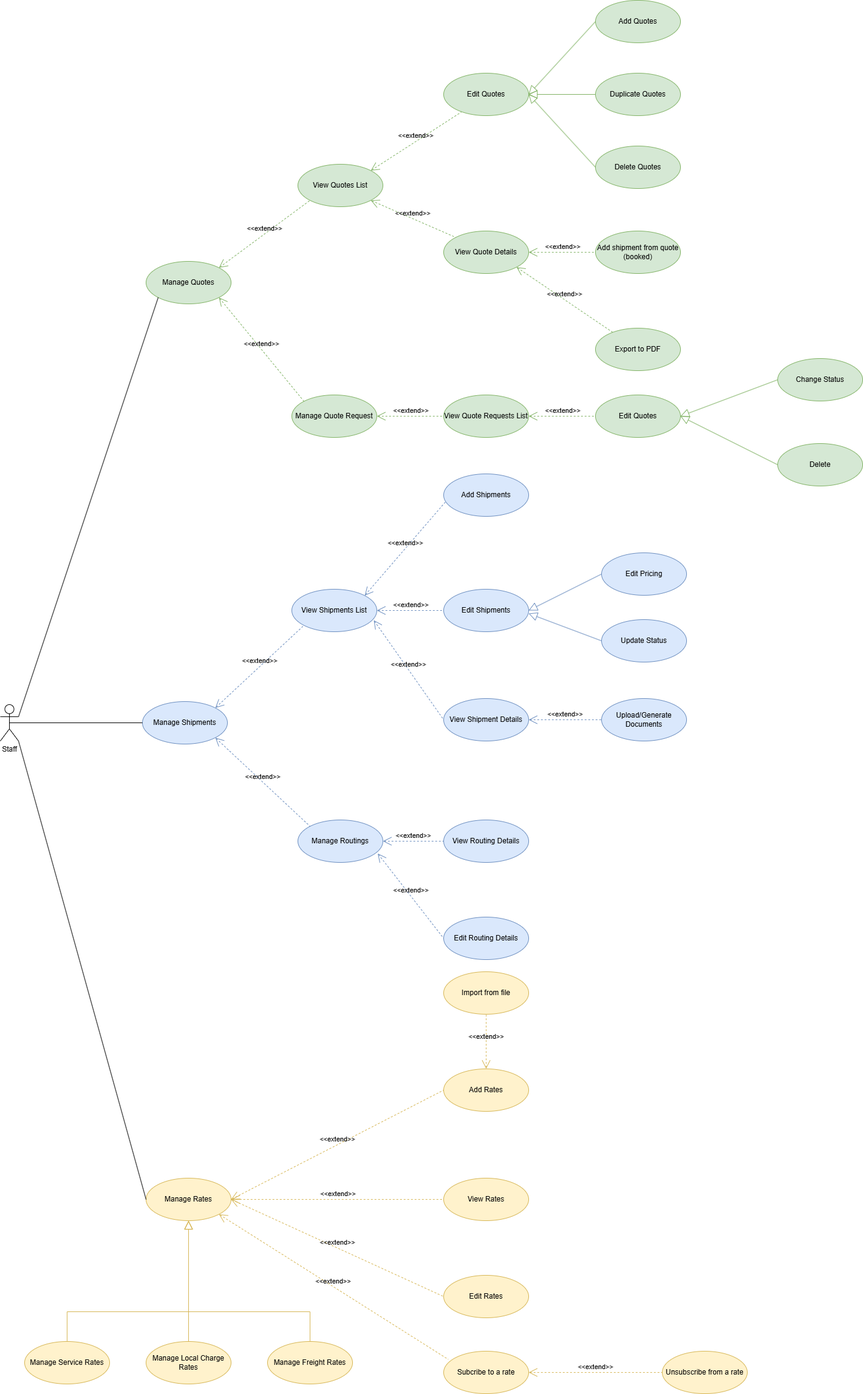
Above: graphics/usecase/freight-flex-UC-Staff.png in namhoangg/report (draw.io), before the change. Source tidied: cells renumbered, new cells last; positions are measured from the earlier drawing's top-left corner, leaving out a move shared by most shapes.
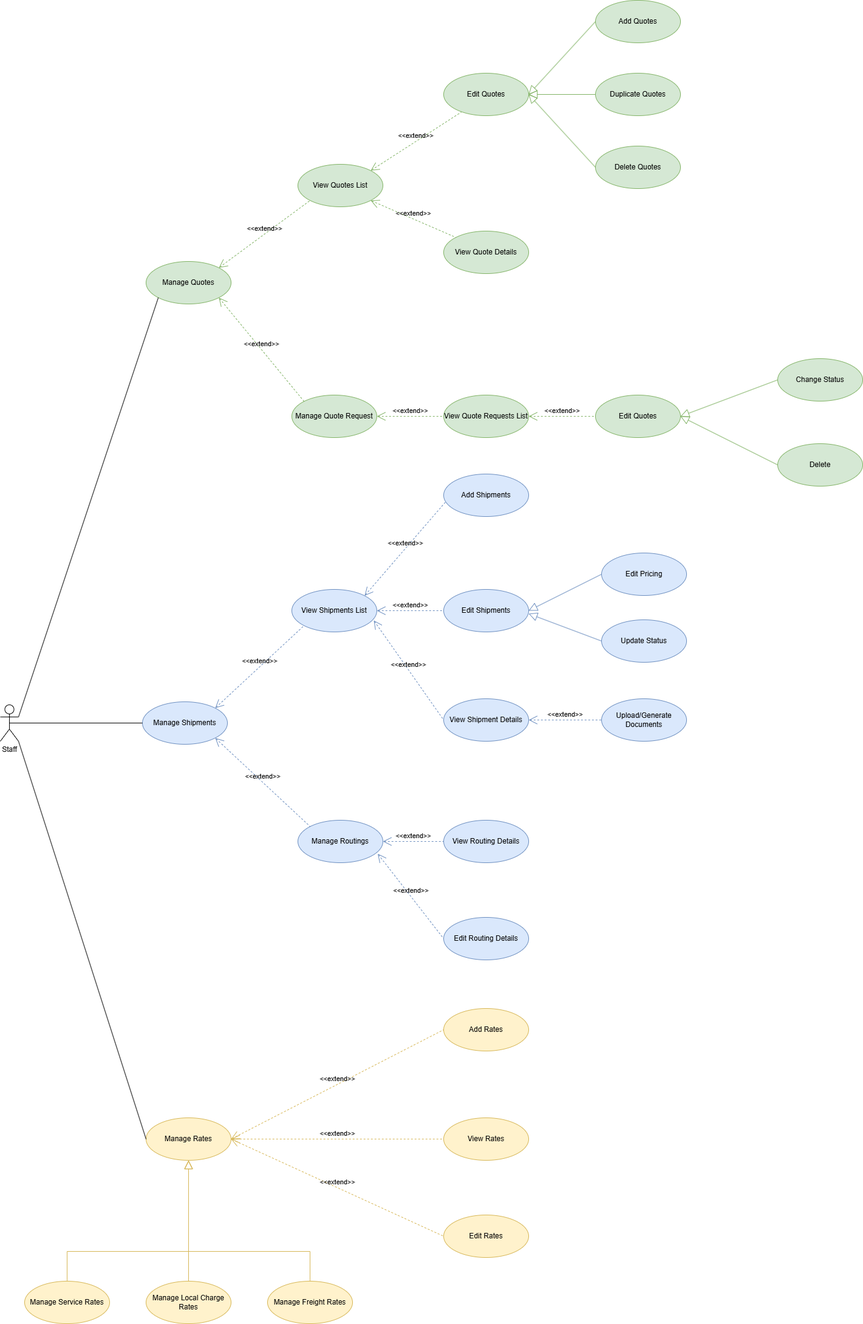
Later version of the same file.

Change to the diagram source:
```diff
@@ -18,7 +18,7 @@
       <mxGeometry relative="1" as="geometry" />
     </mxCell>
     <mxCell id="7" value="Manage Rates" style="ellipse;whiteSpace=wrap;html=1;fillColor=#fff2cc;strokeColor=#d6b656;" parent="1" vertex="1">
-      <mxGeometry x="240" y="1940" width="140" height="70" as="geometry" />
+      <mxGeometry x="240" y="1840" width="140" height="70" as="geometry" />
     </mxCell>
     <mxCell id="8" style="edgeStyle=none;html=1;endArrow=none;verticalAlign=bottom;rounded=0;exitX=1;exitY=1;exitDx=0;exitDy=0;exitPerimeter=0;entryX=0;entryY=0.5;entryDx=0;entryDy=0;" parent="1" edge="1" source="2" target="7">
       <mxGeometry relative="1" as="geometry" />
@@ -56,18 +56,6 @@
     <mxCell id="19" value="&amp;lt;&amp;lt;extend&amp;gt;&amp;gt;" style="edgeStyle=none;html=1;startArrow=open;endArrow=none;startSize=12;verticalAlign=bottom;dashed=1;labelBackgroundColor=none;rounded=0;exitX=1;exitY=1;exitDx=0;exitDy=0;entryX=0;entryY=0;entryDx=0;entryDy=0;fillColor=#d5e8d4;strokeColor=#82b366;" parent="1" edge="1" source="9" target="18">
       <mxGeometry relative="1" as="geometry" />
     </mxCell>
-    <mxCell id="20" value="Add shipment from quote (booked)" style="ellipse;whiteSpace=wrap;html=1;fillColor=#d5e8d4;strokeColor=#82b366;" parent="1" vertex="1">
-      <mxGeometry x="980" y="380" width="140" height="70" as="geometry" />
-    </mxCell>
-    <mxCell id="21" value="Export to PDF" style="ellipse;whiteSpace=wrap;html=1;fillColor=#d5e8d4;strokeColor=#82b366;" parent="1" vertex="1">
-      <mxGeometry x="980" y="540" width="140" height="70" as="geometry" />
-    </mxCell>
-    <mxCell id="22" value="&amp;lt;&amp;lt;extend&amp;gt;&amp;gt;" style="edgeStyle=none;html=1;startArrow=open;endArrow=none;startSize=12;verticalAlign=bottom;dashed=1;labelBackgroundColor=none;rounded=0;entryX=0;entryY=0.5;entryDx=0;entryDy=0;fillColor=#d5e8d4;strokeColor=#82b366;" parent="1" edge="1" source="18" target="20">
-      <mxGeometry relative="1" as="geometry" />
-    </mxCell>
-    <mxCell id="23" value="&amp;lt;&amp;lt;extend&amp;gt;&amp;gt;" style="edgeStyle=none;html=1;startArrow=open;endArrow=none;startSize=12;verticalAlign=bottom;dashed=1;labelBackgroundColor=none;rounded=0;exitX=1;exitY=1;exitDx=0;exitDy=0;fillColor=#d5e8d4;strokeColor=#82b366;" parent="1" edge="1" source="18" target="21">
-      <mxGeometry relative="1" as="geometry" />
-    </mxCell>
     <mxCell id="24" value="View Quote Requests List" style="ellipse;whiteSpace=wrap;html=1;fillColor=#d5e8d4;strokeColor=#82b366;" parent="1" vertex="1">
       <mxGeometry x="730" y="650" width="140" height="70" as="geometry" />
     </mxCell>
@@ -141,13 +129,13 @@
       <mxGeometry relative="1" as="geometry" />
     </mxCell>
     <mxCell id="48" value="Manage Freight Rates" style="ellipse;whiteSpace=wrap;html=1;fillColor=#fff2cc;strokeColor=#d6b656;" parent="1" vertex="1">
-      <mxGeometry x="440" y="2209" width="140" height="70" as="geometry" />
+      <mxGeometry x="440" y="2109" width="140" height="70" as="geometry" />
     </mxCell>
     <mxCell id="49" value="Manage Local Charge Rates" style="ellipse;whiteSpace=wrap;html=1;fillColor=#fff2cc;strokeColor=#d6b656;" parent="1" vertex="1">
-      <mxGeometry x="240" y="2209" width="140" height="70" as="geometry" />
+      <mxGeometry x="240" y="2109" width="140" height="70" as="geometry" />
     </mxCell>
     <mxCell id="50" value="Manage Service Rates" style="ellipse;whiteSpace=wrap;html=1;fillColor=#fff2cc;strokeColor=#d6b656;" parent="1" vertex="1">
-      <mxGeometry x="40" y="2209" width="140" height="70" as="geometry" />
+      <mxGeometry x="40" y="2109" width="140" height="70" as="geometry" />
     </mxCell>
     <mxCell id="51" style="edgeStyle=none;html=1;endArrow=block;endFill=0;endSize=12;verticalAlign=bottom;rounded=0;exitX=0;exitY=0.5;exitDx=0;exitDy=0;entryX=1;entryY=0.5;entryDx=0;entryDy=0;fillColor=#d5e8d4;strokeColor=#82b366;" parent="1" edge="1" source="15" target="13">
       <mxGeometry relative="1" as="geometry" />
@@ -178,16 +166,16 @@
     <mxCell id="59" style="edgeStyle=none;html=1;endArrow=block;endFill=0;endSize=12;verticalAlign=bottom;rounded=0;entryX=0.5;entryY=1;entryDx=0;entryDy=0;exitX=0.5;exitY=0;exitDx=0;exitDy=0;fillColor=#fff2cc;strokeColor=#d6b656;" parent="1" edge="1" source="50" target="7">
       <mxGeometry relative="1" as="geometry">
         <Array as="points">
-          <mxPoint x="110" y="2160" />
-          <mxPoint x="310" y="2160" />
+          <mxPoint x="110" y="2060" />
+          <mxPoint x="310" y="2060" />
         </Array>
       </mxGeometry>
     </mxCell>
     <mxCell id="60" style="edgeStyle=none;html=1;endArrow=block;endFill=0;endSize=12;verticalAlign=bottom;rounded=0;entryX=0.5;entryY=1;entryDx=0;entryDy=0;exitX=0.5;exitY=0;exitDx=0;exitDy=0;fillColor=#fff2cc;strokeColor=#d6b656;" parent="1" edge="1" source="48" target="7">
       <mxGeometry relative="1" as="geometry">
         <Array as="points">
-          <mxPoint x="510" y="2160" />
-          <mxPoint x="310" y="2160" />
+          <mxPoint x="510" y="2060" />
+          <mxPoint x="310" y="2060" />
         </Array>
       </mxGeometry>
     </mxCell>
@@ -201,31 +189,13 @@
       <mxGeometry relative="1" as="geometry" />
     </mxCell>
     <mxCell id="64" value="Add Rates" style="ellipse;whiteSpace=wrap;html=1;fillColor=#fff2cc;strokeColor=#d6b656;" parent="1" vertex="1">
-      <mxGeometry x="730" y="1760" width="140" height="70" as="geometry" />
+      <mxGeometry x="730" y="1660" width="140" height="70" as="geometry" />
     </mxCell>
-    <mxCell id="65" value="&amp;lt;&amp;lt;extend&amp;gt;&amp;gt;" style="edgeStyle=none;html=1;startArrow=open;endArrow=none;startSize=12;verticalAlign=bottom;dashed=1;labelBackgroundColor=none;rounded=0;exitX=0.5;exitY=0;exitDx=0;exitDy=0;entryX=0.5;entryY=1;entryDx=0;entryDy=0;fillColor=#fff2cc;strokeColor=#d6b656;" parent="1" edge="1" source="64" target="66">
-      <mxGeometry relative="1" as="geometry" />
-    </mxCell>
-    <mxCell id="66" value="Import from file" style="ellipse;whiteSpace=wrap;html=1;fillColor=#fff2cc;strokeColor=#d6b656;" parent="1" vertex="1">
-      <mxGeometry x="730" y="1600" width="140" height="70" as="geometry" />
-    </mxCell>
     <mxCell id="67" value="View Rates" style="ellipse;whiteSpace=wrap;html=1;fillColor=#fff2cc;strokeColor=#d6b656;" parent="1" vertex="1">
-      <mxGeometry x="730" y="1940" width="140" height="70" as="geometry" />
+      <mxGeometry x="730" y="1840" width="140" height="70" as="geometry" />
     </mxCell>
     <mxCell id="68" value="Edit Rates" style="ellipse;whiteSpace=wrap;html=1;fillColor=#fff2cc;strokeColor=#d6b656;" parent="1" vertex="1">
-      <mxGeometry x="730" y="2100" width="140" height="70" as="geometry" />
+      <mxGeometry x="730" y="2000" width="140" height="70" as="geometry" />
     </mxCell>
-    <mxCell id="69" value="&amp;lt;&amp;lt;extend&amp;gt;&amp;gt;" style="edgeStyle=none;html=1;startArrow=open;endArrow=none;startSize=12;verticalAlign=bottom;dashed=1;labelBackgroundColor=none;rounded=0;exitX=1;exitY=1;exitDx=0;exitDy=0;fillColor=#fff2cc;strokeColor=#d6b656;entryX=0.055;entryY=0.194;entryDx=0;entryDy=0;entryPerimeter=0;" parent="1" edge="1" source="7" target="70">
-      <mxGeometry relative="1" as="geometry" />
-    </mxCell>
-    <mxCell id="70" value="Subcribe to a rate" style="ellipse;whiteSpace=wrap;html=1;fillColor=#fff2cc;strokeColor=#d6b656;" parent="1" vertex="1">
-      <mxGeometry x="730" y="2225" width="140" height="70" as="geometry" />
-    </mxCell>
-    <mxCell id="71" value="&amp;lt;&amp;lt;extend&amp;gt;&amp;gt;" style="edgeStyle=none;html=1;startArrow=open;endArrow=none;startSize=12;verticalAlign=bottom;dashed=1;labelBackgroundColor=none;rounded=0;entryX=0;entryY=0.5;entryDx=0;entryDy=0;exitX=1;exitY=0.5;exitDx=0;exitDy=0;fillColor=#fff2cc;strokeColor=#d6b656;" parent="1" edge="1" source="70" target="72">
-      <mxGeometry relative="1" as="geometry" />
-    </mxCell>
-    <mxCell id="72" value="Unsubscribe from a rate" style="ellipse;whiteSpace=wrap;html=1;fillColor=#fff2cc;strokeColor=#d6b656;" parent="1" vertex="1">
-      <mxGeometry x="1090" y="2225" width="140" height="70" as="geometry" />
-    </mxCell>
   </root>
 </mxGraphModel>
```
